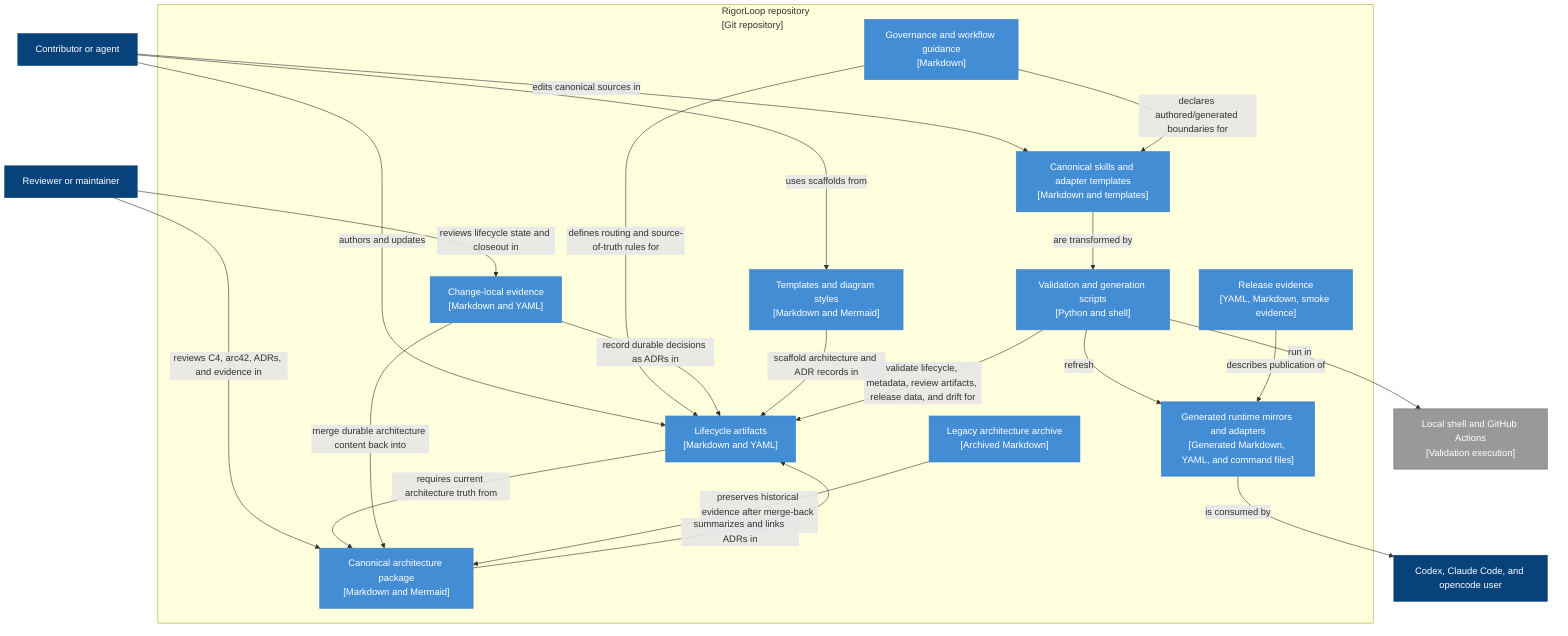
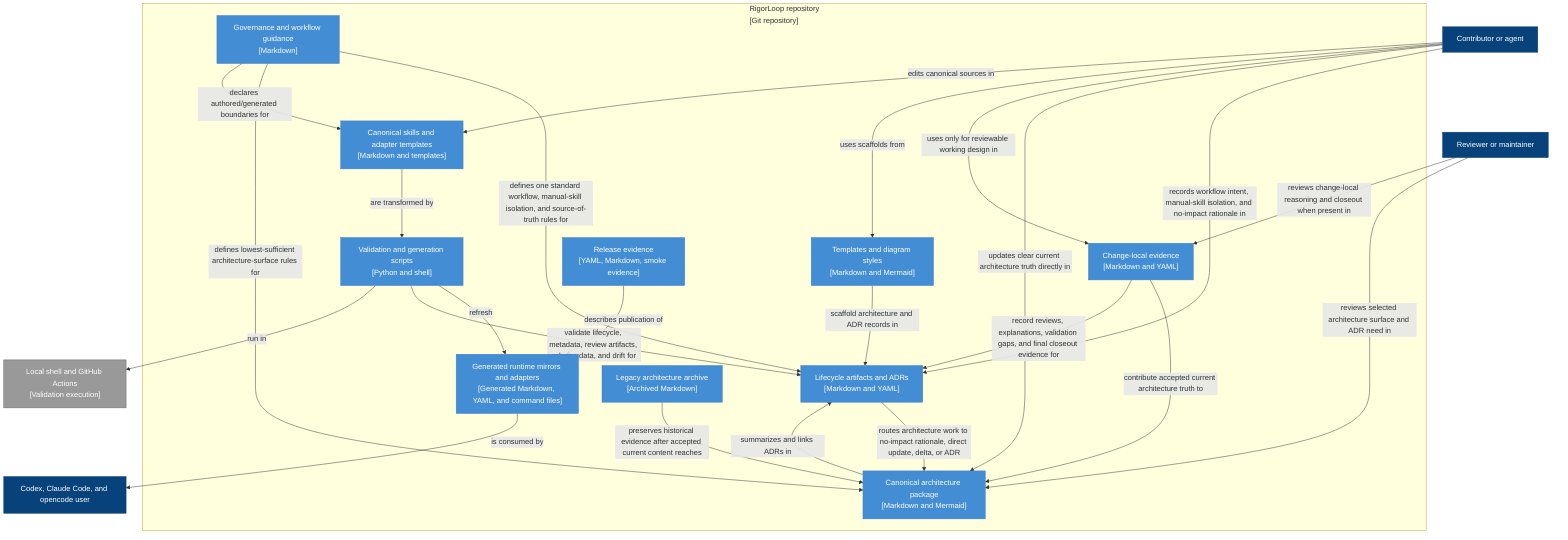
flowchart TB
  contributor["Contributor or agent"]:::person
  reviewer["Reviewer or maintainer"]:::person
  execution["Local shell and GitHub Actions<br/>[Validation execution]"]:::external
  adapter_user["Codex, Claude Code, and opencode user"]:::person

  subgraph repo["RigorLoop repository<br/>[Git repository]"]
    governance["Governance and workflow guidance<br/>[Markdown]"]:::container
-     lifecycle["Lifecycle artifacts<br/>[Markdown and YAML]"]:::container
+     lifecycle["Lifecycle artifacts and ADRs<br/>[Markdown and YAML]"]:::container
    architecture["Canonical architecture package<br/>[Markdown and Mermaid]"]:::container
    changes["Change-local evidence<br/>[Markdown and YAML]"]:::container
    templates["Templates and diagram styles<br/>[Markdown and Mermaid]"]:::container
    skills["Canonical skills and adapter templates<br/>[Markdown and templates]"]:::container
    scripts["Validation and generation scripts<br/>[Python and shell]"]:::container
    generated["Generated runtime mirrors and adapters<br/>[Generated Markdown, YAML, and command files]"]:::container
    release["Release evidence<br/>[YAML, Markdown, smoke evidence]"]:::container
    legacy["Legacy architecture archive<br/>[Archived Markdown]"]:::container
  end

-   contributor -->|authors and updates| lifecycle
+   contributor -->|records workflow intent, manual-skill isolation, and no-impact rationale in| lifecycle
+   contributor -->|updates clear current architecture truth directly in| architecture
+   contributor -->|uses only for reviewable working design in| changes
  contributor -->|uses scaffolds from| templates
  contributor -->|edits canonical sources in| skills
-   reviewer -->|reviews C4, arc42, ADRs, and evidence in| architecture
-   reviewer -->|reviews lifecycle state and closeout in| changes
-   governance -->|defines routing and source-of-truth rules for| lifecycle
+   reviewer -->|reviews selected architecture surface and ADR need in| architecture
+   reviewer -->|reviews change-local reasoning and closeout when present in| changes
+   governance -->|defines one standard workflow, manual-skill isolation, and source-of-truth rules for| lifecycle
+   governance -->|defines lowest-sufficient architecture-surface rules for| architecture
  governance -->|declares authored/generated boundaries for| skills
-   lifecycle -->|requires current architecture truth from| architecture
-   changes -->|merge durable architecture content back into| architecture
-   changes -->|record durable decisions as ADRs in| lifecycle
+   lifecycle -->|routes architecture work to no-impact rationale, direct update, delta, or ADR| architecture
+   changes -->|contribute accepted current architecture truth to| architecture
+   changes -->|record reviews, explanations, validation gaps, and final closeout evidence for| lifecycle
  templates -->|scaffold architecture and ADR records in| lifecycle
  skills -->|are transformed by| scripts
  scripts -->|refresh| generated
  scripts -->|validate lifecycle, metadata, review artifacts, release data, and drift for| lifecycle
  scripts -->|run in| execution
  release -->|describes publication of| generated
  generated -->|is consumed by| adapter_user
-   legacy -->|preserves historical evidence after merge-back to| architecture
+   legacy -->|preserves historical evidence after accepted current content reaches| architecture
  architecture -->|summarizes and links ADRs in| lifecycle

  classDef person fill:#08427b,stroke:#073b6f,color:#fff
  classDef system fill:#1168bd,stroke:#0e5aa7,color:#fff
  classDef external fill:#999,stroke:#666,color:#fff
  classDef container fill:#438dd5,stroke:#3c7fc0,color:#fff
